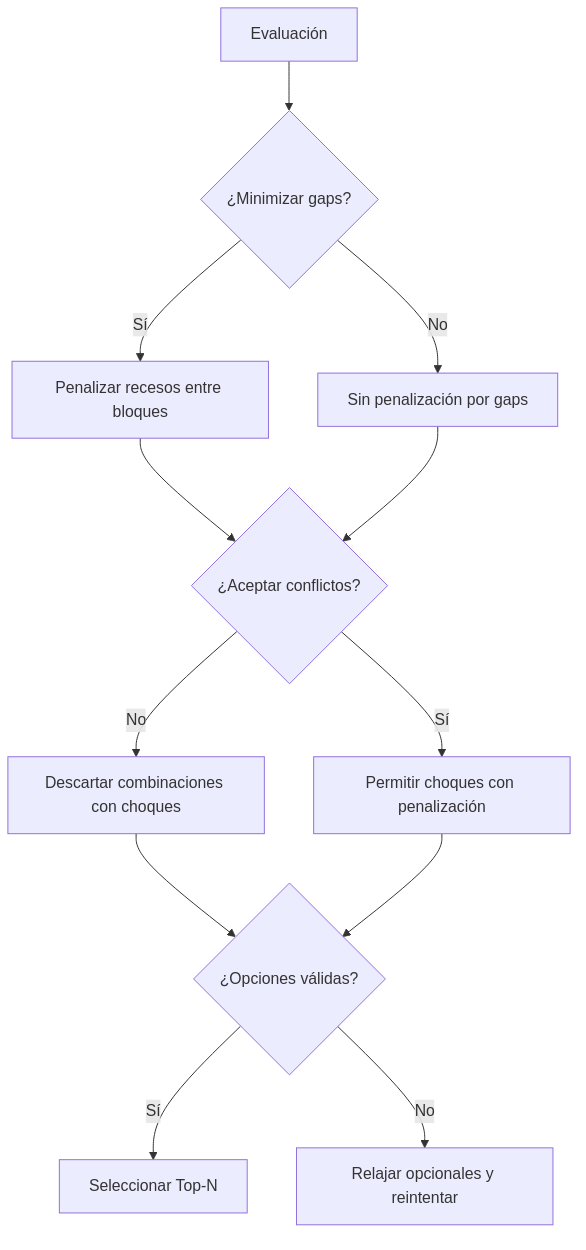
Before: images/diagrams/cap4_f3_decisiones_generador_part2.png, a diagram exported from Mermaid (smith-3/Taller-Grado-II). Its source is kept beside it as images/diagrams/cap4_f3_decisiones_generador_part2.mmd.
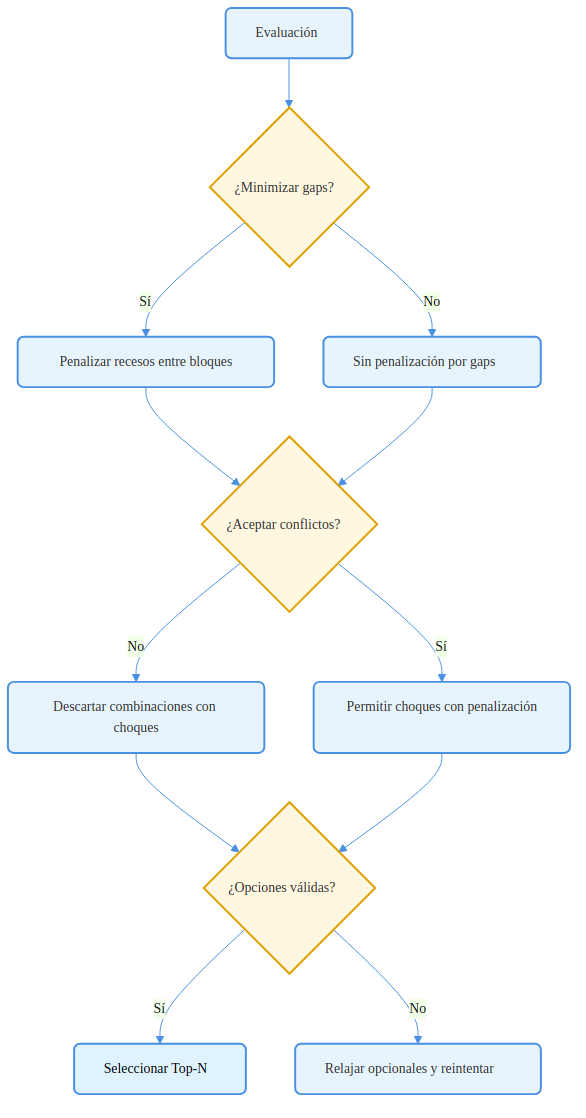
After the change.

What changed in the source:
```diff
@@ -1,16 +1,44 @@
+%%{init: {
+  "theme": "base",
+  "themeVariables": {
+    "fontFamily": "Arial, sans-serif",
+    "fontSize": "14px",
+    "lineColor": "#4A90E2"
+  }
+}}%%
 flowchart TD
-  I[Evaluación] --> J{¿Minimizar gaps?}
-  J -->|Sí| K[Penalizar recesos entre bloques]
-  J -->|No| L[Sin penalización por gaps]
+    I[Evaluación]:::step
+    J{¿Minimizar gaps?}:::decision
 
-  K --> M{¿Aceptar conflictos?}
-  L --> M
+    K[Penalizar recesos entre bloques]:::step
+    L[Sin penalización por gaps]:::step
 
-  M -->|No| N[Descartar combinaciones con choques]
-  M -->|Sí| O[Permitir choques con penalización]
+    M{¿Aceptar conflictos?}:::decision
 
-  N --> P{¿Opciones válidas?}
-  O --> P
+    N[Descartar combinaciones con choques]:::step
+    O[Permitir choques con penalización]:::step
 
-  P -->|Sí| Q[Seleccionar Top-N]
-  P -->|No| R[Relajar opcionales y reintentar]
+    P{¿Opciones válidas?}:::decision
+
+    Q[Seleccionar Top-N]:::final
+    R[Relajar opcionales y reintentar]:::step
+
+    I --> J
+    J -->|Sí| K
+    J -->|No| L
+
+    K --> M
+    L --> M
+
+    M -->|No| N
+    M -->|Sí| O
+
+    N --> P
+    O --> P
+
+    P -->|Sí| Q
+    P -->|No| R
+
+    classDef step fill:#E8F4FD,stroke:#4A90E2,stroke-width:2px,color:#333,rx:6,ry:6;
+    classDef decision fill:#FFF7E0,stroke:#E0A100,stroke-width:2px,color:#333,rx:6,ry:6;
+    classDef final fill:#DFF3FF,stroke:#4A90E2,stroke-width:2px,color:#000,rx:6,ry:6;
```
